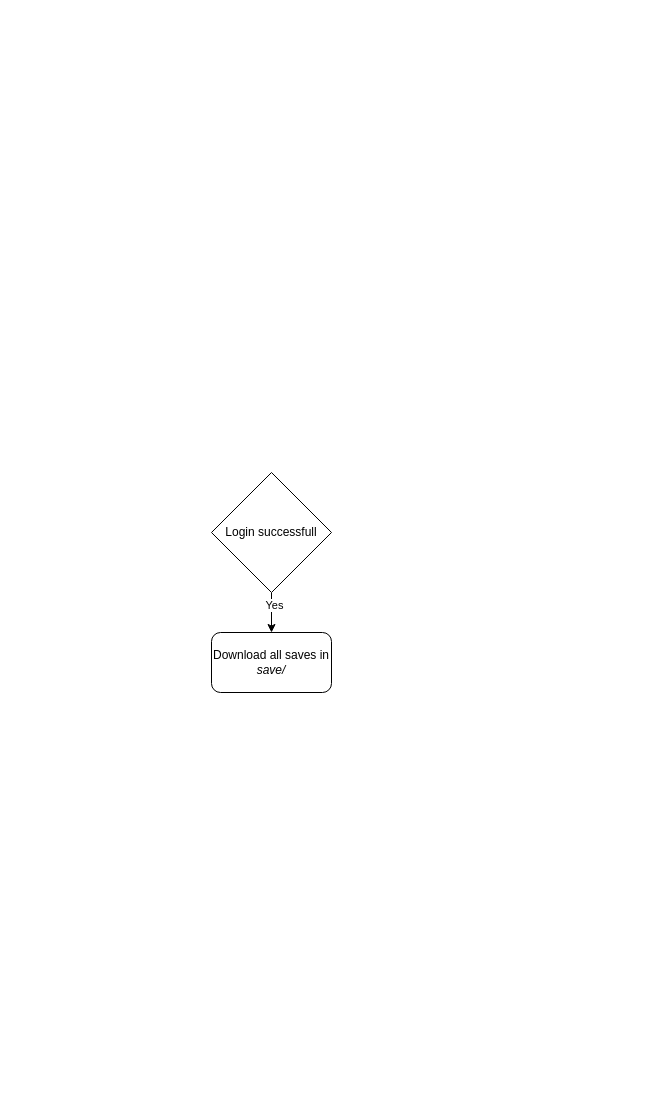
Earlier version of the draw.io diagram page "Strona-8" (7 of 12) of plan.drawio (bravePeer/BScThesis). Source tidied: cells renumbered, new cells numbered last; positions are measured from the earlier drawing's top-left corner, leaving out a move shared by most shapes. Both pictures are drawn from the tidied source at 100%, with x=0, y=0 at pixel (211, 472).
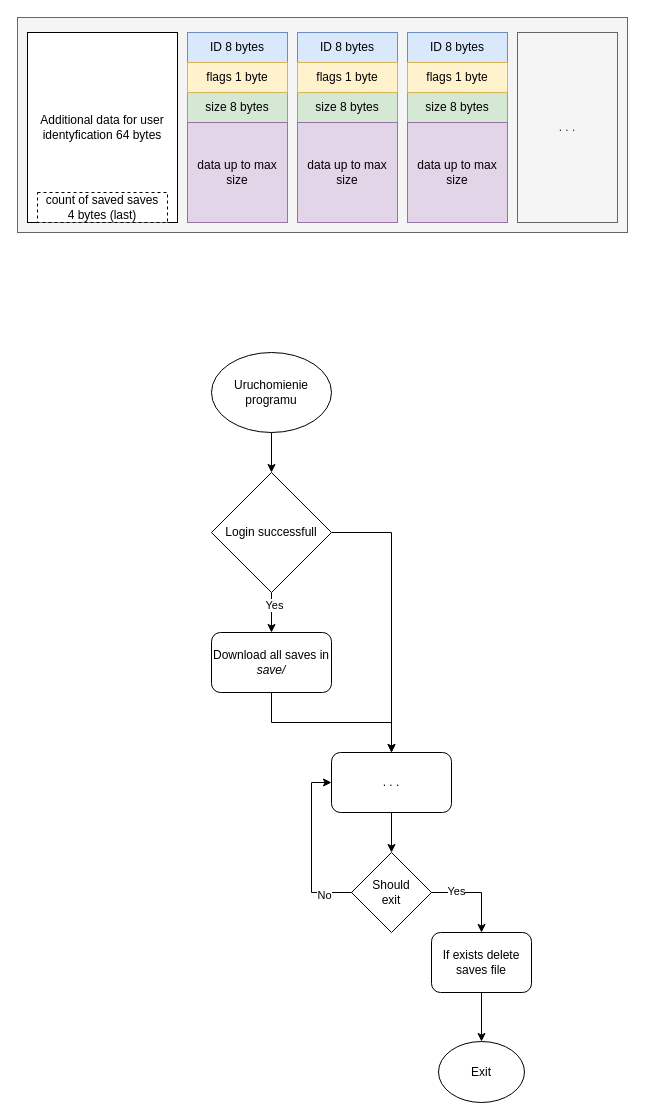
The same page after the edit.

Unchanged cells that the change refers to:
```xml
<mxCell id="2" value="Download all saves in &lt;i&gt;save/&lt;/i&gt;" style="rounded=1;whiteSpace=wrap;html=1;" parent="1" vertex="1">
  <mxGeometry y="160" width="120" height="60" as="geometry" />
</mxCell>
<mxCell id="5" value="Login successfull" style="rhombus;whiteSpace=wrap;html=1;" parent="1" vertex="1">
  <mxGeometry width="120" height="120" as="geometry" />
</mxCell>
```

What changed in the source:
```diff
@@
+    <mxCell id="6" style="rounded=0;whiteSpace=wrap;html=1;fillColor=#f5f5f5;strokeColor=#666666;fontColor=#333333;" parent="1" vertex="1">
+      <mxGeometry x="-194" y="-455" width="610" height="215" as="geometry" />
+    </mxCell>
+    <mxCell id="7" style="edgeStyle=orthogonalEdgeStyle;rounded=0;jettySize=auto;html=1;exitX=0.5;exitY=1;exitDx=0;exitDy=0;entryX=0.5;entryY=0;entryDx=0;entryDy=0;" parent="1" edge="1" source="2" target="26">
+      <mxGeometry relative="1" as="geometry" />
+    </mxCell>
@@
+    <mxCell id="8" style="edgeStyle=orthogonalEdgeStyle;rounded=0;jettySize=auto;html=1;exitX=1;exitY=0.5;exitDx=0;exitDy=0;entryX=0.5;entryY=0;entryDx=0;entryDy=0;" parent="1" edge="1" source="5" target="26">
+      <mxGeometry relative="1" as="geometry" />
+    </mxCell>
@@
+    <mxCell id="9" value="ID 8 bytes" style="rounded=0;whiteSpace=wrap;html=1;fillColor=#dae8fc;strokeColor=#6c8ebf;" parent="1" vertex="1">
+      <mxGeometry x="-24" y="-440" width="100" height="30" as="geometry" />
+    </mxCell>
+    <mxCell id="10" value="size 8 bytes" style="rounded=0;whiteSpace=wrap;html=1;fillColor=#d5e8d4;strokeColor=#82b366;" parent="1" vertex="1">
+      <mxGeometry x="-24" y="-380" width="100" height="30" as="geometry" />
+    </mxCell>
+    <mxCell id="11" value="data up to max size" style="rounded=0;whiteSpace=wrap;html=1;fillColor=#e1d5e7;strokeColor=#9673a6;" parent="1" vertex="1">
+      <mxGeometry x="-24" y="-350" width="100" height="100" as="geometry" />
+    </mxCell>
+    <mxCell id="12" value="ID 8 bytes" style="rounded=0;whiteSpace=wrap;html=1;fillColor=#dae8fc;strokeColor=#6c8ebf;" parent="1" vertex="1">
+      <mxGeometry x="86" y="-440" width="100" height="30" as="geometry" />
+    </mxCell>
+    <mxCell id="13" value="size 8 bytes" style="rounded=0;whiteSpace=wrap;html=1;fillColor=#d5e8d4;strokeColor=#82b366;" parent="1" vertex="1">
+      <mxGeometry x="86" y="-380" width="100" height="30" as="geometry" />
+    </mxCell>
+    <mxCell id="14" value="data up to max size" style="rounded=0;whiteSpace=wrap;html=1;fillColor=#e1d5e7;strokeColor=#9673a6;" parent="1" vertex="1">
+      <mxGeometry x="86" y="-350" width="100" height="100" as="geometry" />
+    </mxCell>
+    <mxCell id="15" value="ID 8 bytes" style="rounded=0;whiteSpace=wrap;html=1;fillColor=#dae8fc;strokeColor=#6c8ebf;" parent="1" vertex="1">
+      <mxGeometry x="196" y="-440" width="100" height="30" as="geometry" />
+    </mxCell>
+    <mxCell id="16" value="size 8 bytes" style="rounded=0;whiteSpace=wrap;html=1;fillColor=#d5e8d4;strokeColor=#82b366;" parent="1" vertex="1">
+      <mxGeometry x="196" y="-380" width="100" height="30" as="geometry" />
+    </mxCell>
+    <mxCell id="17" value="data up to max size" style="rounded=0;whiteSpace=wrap;html=1;fillColor=#e1d5e7;strokeColor=#9673a6;" parent="1" vertex="1">
+      <mxGeometry x="196" y="-350" width="100" height="100" as="geometry" />
+    </mxCell>
+    <mxCell id="18" value=". . ." style="rounded=0;whiteSpace=wrap;html=1;fillColor=#f5f5f5;strokeColor=#666666;fontColor=#333333;" parent="1" vertex="1">
+      <mxGeometry x="306" y="-440" width="100" height="190" as="geometry" />
+    </mxCell>
+    <mxCell id="19" value="flags 1 byte" style="rounded=0;whiteSpace=wrap;html=1;fillColor=#fff2cc;strokeColor=#d6b656;" parent="1" vertex="1">
+      <mxGeometry x="-24" y="-410" width="100" height="30" as="geometry" />
+    </mxCell>
+    <mxCell id="20" value="flags 1 byte" style="rounded=0;whiteSpace=wrap;html=1;fillColor=#fff2cc;strokeColor=#d6b656;" parent="1" vertex="1">
+      <mxGeometry x="86" y="-410" width="100" height="30" as="geometry" />
+    </mxCell>
+    <mxCell id="21" value="flags 1 byte" style="rounded=0;whiteSpace=wrap;html=1;fillColor=#fff2cc;strokeColor=#d6b656;" parent="1" vertex="1">
+      <mxGeometry x="196" y="-410" width="100" height="30" as="geometry" />
+    </mxCell>
+    <mxCell id="22" value="Additional data for user identyfication 64 bytes" style="rounded=0;whiteSpace=wrap;html=1;" parent="1" vertex="1">
+      <mxGeometry x="-184" y="-440" width="150" height="190" as="geometry" />
+    </mxCell>
+    <mxCell id="23" style="edgeStyle=orthogonalEdgeStyle;rounded=0;jettySize=auto;html=1;exitX=0.5;exitY=1;exitDx=0;exitDy=0;entryX=0.5;entryY=0;entryDx=0;entryDy=0;" parent="1" edge="1" source="24" target="5">
+      <mxGeometry relative="1" as="geometry" />
+    </mxCell>
+    <mxCell id="24" value="Uruchomienie programu" style="ellipse;whiteSpace=wrap;html=1;" parent="1" vertex="1">
+      <mxGeometry y="-120" width="120" height="80" as="geometry" />
+    </mxCell>
+    <mxCell id="25" style="edgeStyle=orthogonalEdgeStyle;rounded=0;jettySize=auto;html=1;exitX=0.5;exitY=1;exitDx=0;exitDy=0;entryX=0.5;entryY=0;entryDx=0;entryDy=0;" parent="1" edge="1" source="26" target="31">
+      <mxGeometry relative="1" as="geometry" />
+    </mxCell>
+    <mxCell id="26" value=". . ." style="rounded=1;whiteSpace=wrap;html=1;" parent="1" vertex="1">
+      <mxGeometry x="120" y="280" width="120" height="60" as="geometry" />
+    </mxCell>
+    <mxCell id="27" style="edgeStyle=orthogonalEdgeStyle;rounded=0;jettySize=auto;html=1;exitX=0;exitY=0.5;exitDx=0;exitDy=0;entryX=0;entryY=0.5;entryDx=0;entryDy=0;" parent="1" edge="1" source="31" target="26">
+      <mxGeometry relative="1" as="geometry" />
+    </mxCell>
+    <mxCell id="28" value="No" style="edgeLabel;html=1;align=center;verticalAlign=middle;" parent="27" vertex="1">
+      <mxGeometry x="-0.67" y="2" relative="1" as="geometry" />
+    </mxCell>
+    <mxCell id="29" style="edgeStyle=orthogonalEdgeStyle;rounded=0;jettySize=auto;html=1;exitX=1;exitY=0.5;exitDx=0;exitDy=0;" parent="1" edge="1" source="31" target="33">
+      <mxGeometry relative="1" as="geometry" />
+    </mxCell>
+    <mxCell id="30" value="Yes" style="edgeLabel;html=1;align=center;verticalAlign=middle;" parent="29" vertex="1">
+      <mxGeometry x="-0.47" y="2" relative="1" as="geometry" />
+    </mxCell>
+    <mxCell id="31" value="Should&lt;br&gt;exit" style="rhombus;whiteSpace=wrap;html=1;" parent="1" vertex="1">
+      <mxGeometry x="140" y="380" width="80" height="80" as="geometry" />
+    </mxCell>
+    <mxCell id="32" style="edgeStyle=orthogonalEdgeStyle;rounded=0;jettySize=auto;html=1;exitX=0.5;exitY=1;exitDx=0;exitDy=0;entryX=0.5;entryY=0;entryDx=0;entryDy=0;" parent="1" edge="1" source="33" target="34">
+      <mxGeometry relative="1" as="geometry" />
+    </mxCell>
+    <mxCell id="33" value="If exists delete saves file" style="rounded=1;whiteSpace=wrap;html=1;" parent="1" vertex="1">
+      <mxGeometry x="220" y="460" width="100" height="60" as="geometry" />
+    </mxCell>
+    <mxCell id="34" value="Exit" style="ellipse;whiteSpace=wrap;html=1;" parent="1" vertex="1">
+      <mxGeometry x="227" y="569" width="86" height="61" as="geometry" />
+    </mxCell>
+    <mxCell id="35" value="count of saved saves &lt;br&gt;4 bytes (last)" style="rounded=0;whiteSpace=wrap;html=1;strokeWidth=1;dashed=1;" parent="1" vertex="1">
+      <mxGeometry x="-174" y="-280" width="130" height="30" as="geometry" />
+    </mxCell>
```
